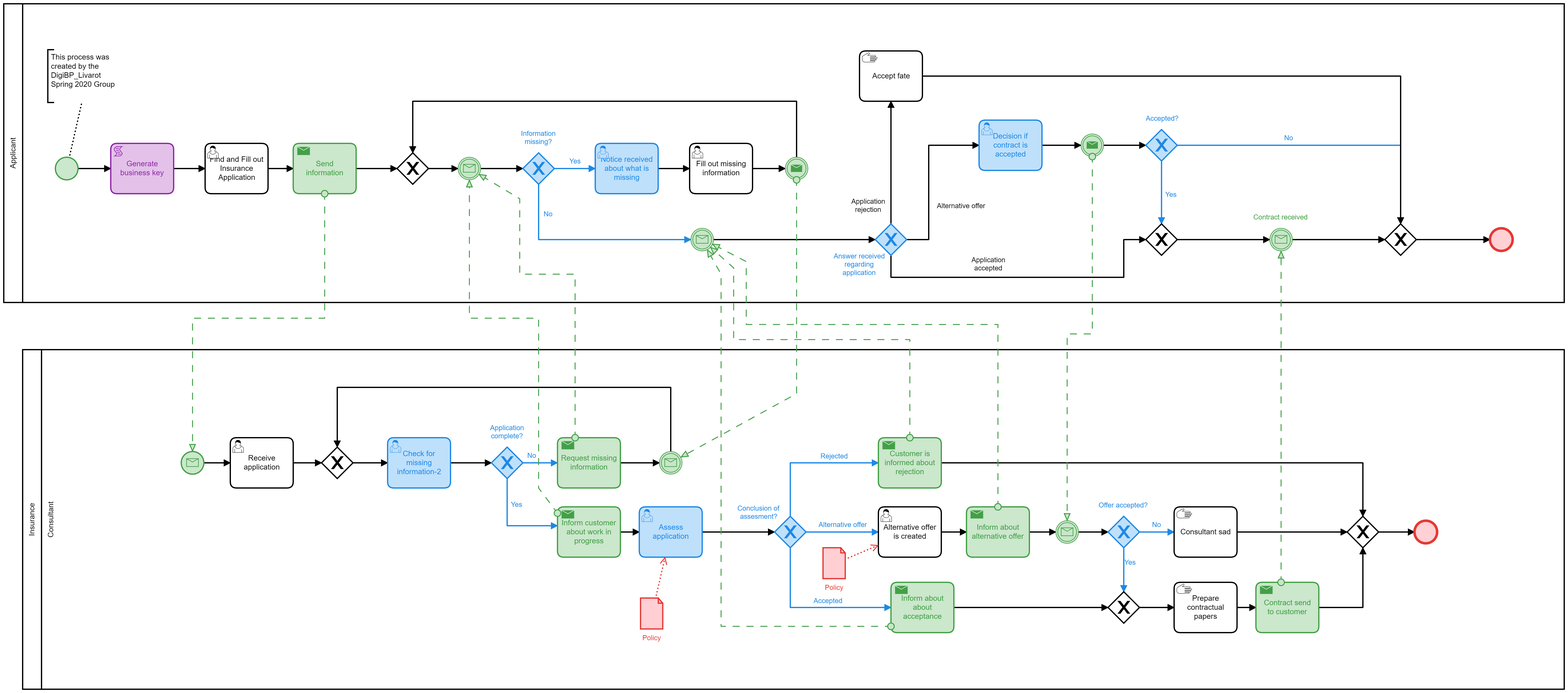
DigiBP/DigiBP_Livarot keeps this BPMN diagram as modelling/Healthcare_Insurance_Application_AS_IS-NEW.png. Above is the earlier version. Its source is kept beside it as modelling/Healthcare_Insurance_Application_AS_IS-NEW.bpmn. Ids are renumbered.
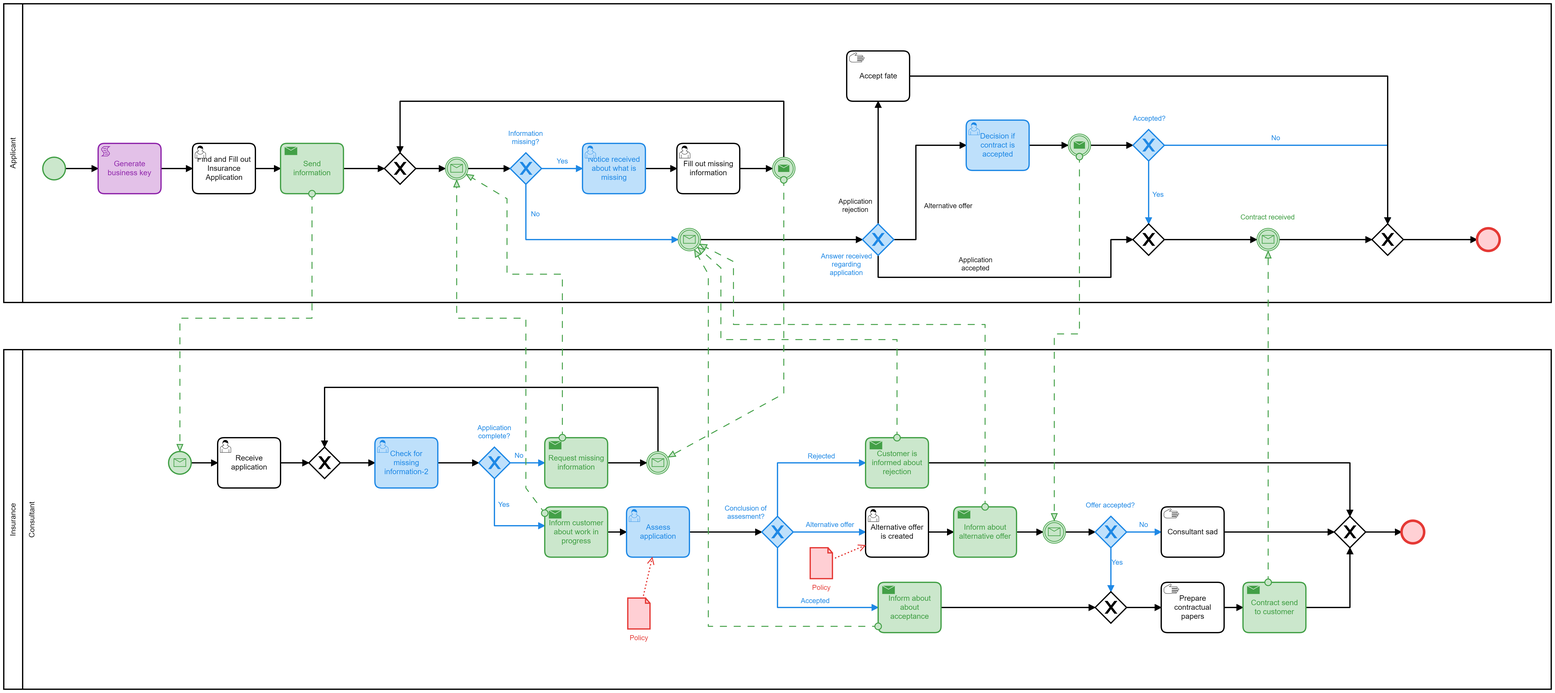
The same file after the commit.

Commit message:
changed visual aspects of AS-Is

What changed in the source:
```diff
@@ -406,10 +406,6 @@
     <bpmn:sequenceFlow id="SequenceFlow_n94" sourceRef="IntermediateThrowEvent_n21" targetRef="ExclusiveGateway_n93" />
     <bpmn:sequenceFlow id="SequenceFlow_n124" sourceRef="StartEvent_1" targetRef="Task_n125" />
     <bpmn:sequenceFlow id="SequenceFlow_n84" sourceRef="Task_n125" targetRef="Task_n83" />
-    <bpmn:textAnnotation id="TextAnnotation_n127">
-      <bpmn:text>This process was created by the DigiBP_Livarot Spring 2020 Group</bpmn:text>
-    </bpmn:textAnnotation>
-    <bpmn:association id="Association_n128" sourceRef="StartEvent_1" targetRef="TextAnnotation_n127" />
   </bpmn:process>
   <bpmn:message id="Message_n45" name="Message_to_Consultant-Send_Application" />
   <bpmn:message id="Message_n89" name="Message_to_Customer-Statusupdate_1_Application" />
@@ -422,10 +418,6 @@
       <bpmndi:BPMNShape id="_BPMNShape_StartEvent_2" bpmnElement="StartEvent_1" bioc:stroke="rgb(67, 160, 71)" bioc:fill="rgb(200, 230, 201)">
         <dc:Bounds x="212" y="324" width="36" height="36" />
       </bpmndi:BPMNShape>
-      <bpmndi:BPMNEdge id="Association_n128_di" bpmnElement="Association_n128">
-        <di:waypoint x="234" y="325" />
-        <di:waypoint x="254" y="237" />
-      </bpmndi:BPMNEdge>
       <bpmndi:BPMNShape id="UserTask_1ufya4h_di" bpmnElement="Task_n83">
         <dc:Bounds x="450" y="302" width="100" height="80" />
       </bpmndi:BPMNShape>
@@ -455,9 +447,6 @@
       </bpmndi:BPMNShape>
       <bpmndi:BPMNShape id="UserTask_0drjw3y_di" bpmnElement="Task_n99" bioc:stroke="rgb(30, 136, 229)" bioc:fill="rgb(187, 222, 251)">
         <dc:Bounds x="1680" y="265" width="100" height="80" />
-      </bpmndi:BPMNShape>
-      <bpmndi:BPMNShape id="TextAnnotation_n127_di" bpmnElement="TextAnnotation_n127">
-        <dc:Bounds x="200" y="153" width="126" height="84" />
       </bpmndi:BPMNShape>
       <bpmndi:BPMNEdge id="SequenceFlow_n57_di" bpmnElement="SequenceFlow_n57">
         <di:waypoint x="1620" y="920" />
@@ -505,14 +494,14 @@
         <di:waypoint x="905" y="810" />
       </bpmndi:BPMNEdge>
       <bpmndi:BPMNShape id="Participant_n2_di" bpmnElement="Participant_n2" isHorizontal="true">
-        <dc:Bounds x="160" y="630" width="2450" height="540" />
+        <dc:Bounds x="150" y="630" width="2460" height="540" />
       </bpmndi:BPMNShape>
       <bpmndi:BPMNEdge id="SequenceFlow_n79_di" bpmnElement="SequenceFlow_n79">
         <di:waypoint x="2090" y="1040" />
         <di:waypoint x="2120" y="1040" />
       </bpmndi:BPMNEdge>
       <bpmndi:BPMNShape id="Lane_n29_di" bpmnElement="Lane_n29" isHorizontal="true">
-        <dc:Bounds x="190" y="630" width="2420" height="540" />
+        <dc:Bounds x="180" y="630" width="2430" height="540" />
       </bpmndi:BPMNShape>
       <bpmndi:BPMNEdge id="MessageFlow_n4_di" bpmnElement="MessageFlow_n4" bioc:stroke="rgb(67, 160, 71)" bioc:fill="rgb(200, 230, 201)">
         <di:waypoint x="640" y="382" />
@@ -535,7 +524,7 @@
         <di:waypoint x="1256" y="462" />
       </bpmndi:BPMNEdge>
       <bpmndi:BPMNShape id="Participant_n3_di" bpmnElement="Participant_n3" isHorizontal="true">
-        <dc:Bounds x="130" y="80" width="2480" height="475" />
+        <dc:Bounds x="150" y="80" width="2460" height="475" />
       </bpmndi:BPMNShape>
       <bpmndi:BPMNShape id="StartEvent_1tgdqnp_di" bpmnElement="StartEvent_n6" bioc:stroke="rgb(67, 160, 71)" bioc:fill="rgb(200, 230, 201)">
         <dc:Bounds x="412" y="792" width="36" height="36" />
```
